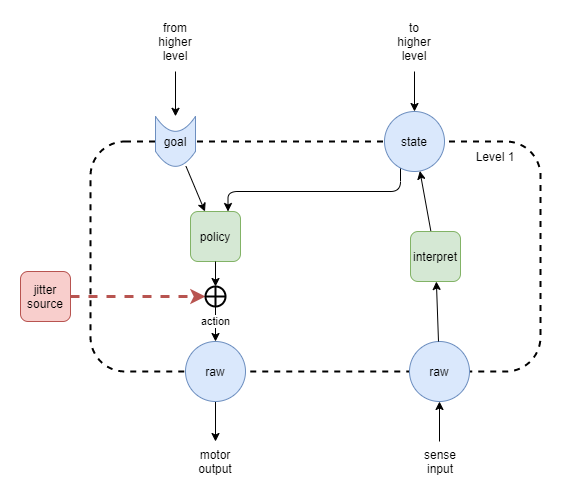
This is files/An-agi-architecture-v1-low-level-jitter.png from malcolmlett/malcolmlett.github.io, a draw.io export, as it was before one commit. Source tidied: cells renumbered, new cells last; positions are measured from the earlier drawing's top-left corner, leaving out a move shared by most shapes. Source of this version:
```xml
<mxGraphModel>
  <root>
    <mxCell id="0" />
    <mxCell id="1" parent="0" />
    <mxCell id="2" style="rounded=1;whiteSpace=wrap;html=1;fillColor=none;dashed=1;strokeWidth=2;" parent="1" vertex="1">
      <mxGeometry x="70" y="110" width="450" height="230" as="geometry" />
    </mxCell>
    <mxCell id="3" style="edgeStyle=none;rounded=0;jettySize=auto;html=1;" parent="1" edge="1" source="4">
      <mxGeometry relative="1" as="geometry">
        <mxPoint x="195" y="410" as="targetPoint" />
      </mxGeometry>
    </mxCell>
    <mxCell id="4" value="raw" style="ellipse;whiteSpace=wrap;html=1;rounded=1;strokeWidth=1;fillColor=#dae8fc;strokeColor=#6c8ebf;" parent="1" vertex="1">
      <mxGeometry x="165" y="310" width="60" height="60" as="geometry" />
    </mxCell>
    <mxCell id="5" style="edgeStyle=orthogonalEdgeStyle;rounded=1;jettySize=auto;html=1;entryX=0.75;entryY=0;entryDx=0;entryDy=0;endArrow=classic;endFill=1;strokeWidth=1;fontSize=12;fontColor=#000000;" parent="1" edge="1" source="7" target="19">
      <mxGeometry relative="1" as="geometry">
        <Array as="points">
          <mxPoint x="380" y="160" />
          <mxPoint x="208" y="160" />
        </Array>
      </mxGeometry>
    </mxCell>
    <mxCell id="6" style="edgeStyle=orthogonalEdgeStyle;rounded=1;jettySize=auto;html=1;endArrow=classic;endFill=1;strokeWidth=1;fontSize=12;fontColor=#000000;" parent="1" edge="1" target="7">
      <mxGeometry relative="1" as="geometry">
        <mxPoint x="394" y="40" as="sourcePoint" />
      </mxGeometry>
    </mxCell>
    <mxCell id="7" value="state" style="ellipse;whiteSpace=wrap;html=1;rounded=1;strokeWidth=1;fillColor=#dae8fc;strokeColor=#6c8ebf;" parent="1" vertex="1">
      <mxGeometry x="364" y="80" width="60" height="60" as="geometry" />
    </mxCell>
    <mxCell id="8" value="action" style="edgeStyle=none;rounded=0;jettySize=auto;html=1;" parent="1" edge="1" source="26" target="4">
      <mxGeometry x="-0.14" relative="1" as="geometry" />
    </mxCell>
    <mxCell id="9" style="edgeStyle=orthogonalEdgeStyle;rounded=1;jettySize=auto;html=1;endArrow=classic;endFill=1;strokeWidth=1;fontSize=12;fontColor=#000000;" parent="1" edge="1" target="10">
      <mxGeometry relative="1" as="geometry">
        <mxPoint x="155" y="40" as="sourcePoint" />
      </mxGeometry>
    </mxCell>
    <mxCell id="10" style="shape=dataStorage;whiteSpace=wrap;html=1;fixedSize=1;rounded=1;strokeWidth=1;fillColor=#dae8fc;strokeColor=#6c8ebf;rotation=-90;size=15;horizontal=1;" parent="1" vertex="1">
      <mxGeometry x="130" y="89.8" width="50" height="40" as="geometry" />
    </mxCell>
    <mxCell id="11" style="edgeStyle=none;rounded=0;jettySize=auto;html=1;dashed=1;strokeWidth=3;fillColor=#f8cecc;strokeColor=#b85450;entryX=0;entryY=0.5;entryDx=0;entryDy=0;" parent="1" edge="1" source="12" target="26">
      <mxGeometry relative="1" as="geometry" />
    </mxCell>
    <mxCell id="12" value="jitter&lt;br&gt;source" style="rounded=1;whiteSpace=wrap;html=1;fillColor=#f8cecc;strokeColor=#b85450;" parent="1" vertex="1">
      <mxGeometry y="240" width="50" height="50" as="geometry" />
    </mxCell>
    <mxCell id="13" style="edgeStyle=none;rounded=0;jettySize=auto;html=1;" parent="1" edge="1" target="15">
      <mxGeometry relative="1" as="geometry">
        <mxPoint x="419" y="410" as="sourcePoint" />
      </mxGeometry>
    </mxCell>
    <mxCell id="14" style="edgeStyle=none;rounded=0;jettySize=auto;html=1;" parent="1" edge="1" source="16" target="7">
      <mxGeometry relative="1" as="geometry" />
    </mxCell>
    <mxCell id="15" value="raw" style="ellipse;whiteSpace=wrap;html=1;rounded=1;strokeWidth=1;fillColor=#dae8fc;strokeColor=#6c8ebf;" parent="1" vertex="1">
      <mxGeometry x="389" y="310" width="60" height="60" as="geometry" />
    </mxCell>
    <mxCell id="16" value="interpret" style="rounded=1;whiteSpace=wrap;html=1;fillColor=#d5e8d4;strokeColor=#82b366;" parent="1" vertex="1">
      <mxGeometry x="390" y="200" width="50" height="50" as="geometry" />
    </mxCell>
    <mxCell id="17" style="edgeStyle=none;rounded=0;jettySize=auto;html=1;" parent="1" edge="1" source="15" target="16">
      <mxGeometry relative="1" as="geometry" />
    </mxCell>
    <mxCell id="18" value="Level 1" style="text;html=1;strokeColor=none;fillColor=none;align=center;verticalAlign=middle;whiteSpace=wrap;rounded=0;sketch=1;rotation=0;" parent="1" vertex="1">
      <mxGeometry x="440" y="115" width="70" height="20" as="geometry" />
    </mxCell>
    <mxCell id="19" value="policy" style="rounded=1;whiteSpace=wrap;html=1;fillColor=#d5e8d4;strokeColor=#82b366;" parent="1" vertex="1">
      <mxGeometry x="170" y="180" width="50" height="50" as="geometry" />
    </mxCell>
    <mxCell id="20" style="edgeStyle=none;rounded=0;jettySize=auto;html=1;fontSize=12;" parent="1" edge="1" source="10" target="19">
      <mxGeometry y="6" relative="1" as="geometry" />
    </mxCell>
    <mxCell id="21" value="goal" style="text;html=1;strokeColor=none;fillColor=none;align=center;verticalAlign=middle;whiteSpace=wrap;rounded=0;sketch=1;rotation=0;" parent="1" vertex="1">
      <mxGeometry x="130" y="99.8" width="50" height="20" as="geometry" />
    </mxCell>
    <mxCell id="22" value="motor output" style="text;html=1;strokeColor=none;fillColor=none;align=center;verticalAlign=middle;whiteSpace=wrap;rounded=0;labelBackgroundColor=none;sketch=0;fontSize=12;fontColor=#000000;" parent="1" vertex="1">
      <mxGeometry x="175" y="420" width="40" height="20" as="geometry" />
    </mxCell>
    <mxCell id="23" value="sense&lt;br&gt;input" style="text;html=1;strokeColor=none;fillColor=none;align=center;verticalAlign=middle;whiteSpace=wrap;rounded=0;labelBackgroundColor=none;sketch=0;fontSize=12;fontColor=#000000;" parent="1" vertex="1">
      <mxGeometry x="400" y="420" width="40" height="20" as="geometry" />
    </mxCell>
    <mxCell id="24" value="from higher&lt;br&gt;level" style="text;html=1;strokeColor=none;fillColor=none;align=center;verticalAlign=middle;whiteSpace=wrap;rounded=0;labelBackgroundColor=none;sketch=0;fontSize=12;fontColor=#000000;" parent="1" vertex="1">
      <mxGeometry x="135" width="40" height="20" as="geometry" />
    </mxCell>
    <mxCell id="25" value="to&lt;br&gt;higher&lt;br&gt;level" style="text;html=1;strokeColor=none;fillColor=none;align=center;verticalAlign=middle;whiteSpace=wrap;rounded=0;labelBackgroundColor=none;sketch=0;fontSize=12;fontColor=#000000;" parent="1" vertex="1">
      <mxGeometry x="374" width="40" height="20" as="geometry" />
    </mxCell>
    <mxCell id="26" style="shape=orEllipse;perimeter=ellipsePerimeter;whiteSpace=wrap;html=1;backgroundOutline=1;rounded=0;labelBackgroundColor=none;sketch=0;strokeColor=#000000;strokeWidth=2;fillColor=none;gradientColor=none;fontSize=12;fontColor=#000000;align=center;" parent="1" vertex="1">
      <mxGeometry x="185" y="255" width="20" height="20" as="geometry" />
    </mxCell>
    <mxCell id="27" style="edgeStyle=none;rounded=0;jettySize=auto;html=1;" parent="1" edge="1" source="19" target="26">
      <mxGeometry relative="1" as="geometry" />
    </mxCell>
  </root>
</mxGraphModel>
```
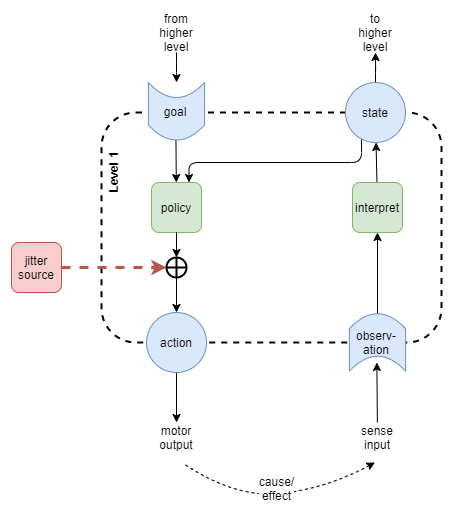
The same file after the commit.

Commit message:
Refinement of low-level AGI layer

The edit, as a diff of the source:
```diff
@@ -3,95 +3,105 @@
     <mxCell id="0" />
     <mxCell id="1" parent="0" />
     <mxCell id="2" style="rounded=1;whiteSpace=wrap;html=1;fillColor=none;dashed=1;strokeWidth=2;" parent="1" vertex="1">
-      <mxGeometry x="70" y="110" width="450" height="230" as="geometry" />
+      <mxGeometry x="120" y="-520" width="340" height="230" as="geometry" />
     </mxCell>
-    <mxCell id="3" style="edgeStyle=none;rounded=0;jettySize=auto;html=1;" parent="1" edge="1" source="4">
-      <mxGeometry relative="1" as="geometry">
-        <mxPoint x="195" y="410" as="targetPoint" />
-      </mxGeometry>
+    <mxCell id="3" style="edgeStyle=none;rounded=0;jettySize=auto;html=1;" parent="1" edge="1" source="4" target="22">
+      <mxGeometry relative="1" as="geometry" />
     </mxCell>
-    <mxCell id="4" value="raw" style="ellipse;whiteSpace=wrap;html=1;rounded=1;strokeWidth=1;fillColor=#dae8fc;strokeColor=#6c8ebf;" parent="1" vertex="1">
-      <mxGeometry x="165" y="310" width="60" height="60" as="geometry" />
+    <mxCell id="4" value="action" style="ellipse;whiteSpace=wrap;html=1;rounded=1;strokeWidth=1;fillColor=#dae8fc;strokeColor=#6c8ebf;" parent="1" vertex="1">
+      <mxGeometry x="165" y="-320" width="60" height="60" as="geometry" />
     </mxCell>
     <mxCell id="5" style="edgeStyle=orthogonalEdgeStyle;rounded=1;jettySize=auto;html=1;entryX=0.75;entryY=0;entryDx=0;entryDy=0;endArrow=classic;endFill=1;strokeWidth=1;fontSize=12;fontColor=#000000;" parent="1" edge="1" source="7" target="19">
       <mxGeometry relative="1" as="geometry">
         <Array as="points">
-          <mxPoint x="380" y="160" />
-          <mxPoint x="208" y="160" />
+          <mxPoint x="380" y="-470" />
+          <mxPoint x="208" y="-470" />
         </Array>
       </mxGeometry>
     </mxCell>
-    <mxCell id="6" style="edgeStyle=orthogonalEdgeStyle;rounded=1;jettySize=auto;html=1;endArrow=classic;endFill=1;strokeWidth=1;fontSize=12;fontColor=#000000;" parent="1" edge="1" target="7">
-      <mxGeometry relative="1" as="geometry">
-        <mxPoint x="394" y="40" as="sourcePoint" />
-      </mxGeometry>
+    <mxCell id="6" style="edgeStyle=orthogonalEdgeStyle;rounded=1;jettySize=auto;html=1;endArrow=classic;endFill=1;strokeWidth=1;fontSize=12;fontColor=#000000;" parent="1" edge="1" source="7" target="25">
+      <mxGeometry relative="1" as="geometry" />
     </mxCell>
     <mxCell id="7" value="state" style="ellipse;whiteSpace=wrap;html=1;rounded=1;strokeWidth=1;fillColor=#dae8fc;strokeColor=#6c8ebf;" parent="1" vertex="1">
-      <mxGeometry x="364" y="80" width="60" height="60" as="geometry" />
+      <mxGeometry x="364" y="-550" width="60" height="60" as="geometry" />
     </mxCell>
-    <mxCell id="8" value="action" style="edgeStyle=none;rounded=0;jettySize=auto;html=1;" parent="1" edge="1" source="26" target="4">
+    <mxCell id="8" style="edgeStyle=none;rounded=0;jettySize=auto;html=1;" parent="1" edge="1" source="26" target="4">
       <mxGeometry x="-0.14" relative="1" as="geometry" />
     </mxCell>
-    <mxCell id="9" style="edgeStyle=orthogonalEdgeStyle;rounded=1;jettySize=auto;html=1;endArrow=classic;endFill=1;strokeWidth=1;fontSize=12;fontColor=#000000;" parent="1" edge="1" target="10">
-      <mxGeometry relative="1" as="geometry">
-        <mxPoint x="155" y="40" as="sourcePoint" />
-      </mxGeometry>
+    <mxCell id="9" style="edgeStyle=orthogonalEdgeStyle;rounded=1;jettySize=auto;html=1;endArrow=classic;endFill=1;strokeWidth=1;fontSize=12;fontColor=#000000;exitX=0.5;exitY=1;exitDx=0;exitDy=0;" parent="1" edge="1" source="24" target="32">
+      <mxGeometry relative="1" as="geometry" />
     </mxCell>
-    <mxCell id="10" style="shape=dataStorage;whiteSpace=wrap;html=1;fixedSize=1;rounded=1;strokeWidth=1;fillColor=#dae8fc;strokeColor=#6c8ebf;rotation=-90;size=15;horizontal=1;" parent="1" vertex="1">
-      <mxGeometry x="130" y="89.8" width="50" height="40" as="geometry" />
-    </mxCell>
     <mxCell id="11" style="edgeStyle=none;rounded=0;jettySize=auto;html=1;dashed=1;strokeWidth=3;fillColor=#f8cecc;strokeColor=#b85450;entryX=0;entryY=0.5;entryDx=0;entryDy=0;" parent="1" edge="1" source="12" target="26">
       <mxGeometry relative="1" as="geometry" />
     </mxCell>
     <mxCell id="12" value="jitter&lt;br&gt;source" style="rounded=1;whiteSpace=wrap;html=1;fillColor=#f8cecc;strokeColor=#b85450;" parent="1" vertex="1">
-      <mxGeometry y="240" width="50" height="50" as="geometry" />
+      <mxGeometry x="30" y="-390" width="50" height="50" as="geometry" />
     </mxCell>
-    <mxCell id="13" style="edgeStyle=none;rounded=0;jettySize=auto;html=1;" parent="1" edge="1" target="15">
-      <mxGeometry relative="1" as="geometry">
-        <mxPoint x="419" y="410" as="sourcePoint" />
-      </mxGeometry>
+    <mxCell id="13" style="edgeStyle=none;rounded=0;jettySize=auto;html=1;entryX=0.5;entryY=1;entryDx=0;entryDy=0;" parent="1" edge="1" source="23" target="31">
+      <mxGeometry relative="1" as="geometry" />
     </mxCell>
     <mxCell id="14" style="edgeStyle=none;rounded=0;jettySize=auto;html=1;" parent="1" edge="1" source="16" target="7">
       <mxGeometry relative="1" as="geometry" />
     </mxCell>
-    <mxCell id="15" value="raw" style="ellipse;whiteSpace=wrap;html=1;rounded=1;strokeWidth=1;fillColor=#dae8fc;strokeColor=#6c8ebf;" parent="1" vertex="1">
-      <mxGeometry x="389" y="310" width="60" height="60" as="geometry" />
-    </mxCell>
     <mxCell id="16" value="interpret" style="rounded=1;whiteSpace=wrap;html=1;fillColor=#d5e8d4;strokeColor=#82b366;" parent="1" vertex="1">
-      <mxGeometry x="390" y="200" width="50" height="50" as="geometry" />
+      <mxGeometry x="371" y="-450" width="50" height="50" as="geometry" />
     </mxCell>
-    <mxCell id="17" style="edgeStyle=none;rounded=0;jettySize=auto;html=1;" parent="1" edge="1" source="15" target="16">
+    <mxCell id="17" style="edgeStyle=none;rounded=0;jettySize=auto;html=1;" parent="1" edge="1" source="30" target="16">
       <mxGeometry relative="1" as="geometry" />
     </mxCell>
-    <mxCell id="18" value="Level 1" style="text;html=1;strokeColor=none;fillColor=none;align=center;verticalAlign=middle;whiteSpace=wrap;rounded=0;sketch=1;rotation=0;" parent="1" vertex="1">
-      <mxGeometry x="440" y="115" width="70" height="20" as="geometry" />
+    <mxCell id="18" value="Level 1" style="text;html=1;strokeColor=none;fillColor=none;align=center;verticalAlign=middle;whiteSpace=wrap;rounded=0;sketch=1;rotation=-90;fontStyle=1;" parent="1" vertex="1">
+      <mxGeometry x="96.9" y="-470" width="70" height="20" as="geometry" />
     </mxCell>
     <mxCell id="19" value="policy" style="rounded=1;whiteSpace=wrap;html=1;fillColor=#d5e8d4;strokeColor=#82b366;" parent="1" vertex="1">
-      <mxGeometry x="170" y="180" width="50" height="50" as="geometry" />
+      <mxGeometry x="170" y="-450" width="50" height="50" as="geometry" />
     </mxCell>
-    <mxCell id="20" style="edgeStyle=none;rounded=0;jettySize=auto;html=1;fontSize=12;" parent="1" edge="1" source="10" target="19">
+    <mxCell id="20" style="edgeStyle=none;rounded=0;jettySize=auto;html=1;fontSize=12;exitX=0.5;exitY=1;exitDx=0;exitDy=0;" parent="1" edge="1" source="21" target="19">
       <mxGeometry y="6" relative="1" as="geometry" />
     </mxCell>
-    <mxCell id="21" value="goal" style="text;html=1;strokeColor=none;fillColor=none;align=center;verticalAlign=middle;whiteSpace=wrap;rounded=0;sketch=1;rotation=0;" parent="1" vertex="1">
-      <mxGeometry x="130" y="99.8" width="50" height="20" as="geometry" />
-    </mxCell>
     <mxCell id="22" value="motor output" style="text;html=1;strokeColor=none;fillColor=none;align=center;verticalAlign=middle;whiteSpace=wrap;rounded=0;labelBackgroundColor=none;sketch=0;fontSize=12;fontColor=#000000;" parent="1" vertex="1">
-      <mxGeometry x="175" y="420" width="40" height="20" as="geometry" />
+      <mxGeometry x="175" y="-210" width="40" height="30" as="geometry" />
     </mxCell>
     <mxCell id="23" value="sense&lt;br&gt;input" style="text;html=1;strokeColor=none;fillColor=none;align=center;verticalAlign=middle;whiteSpace=wrap;rounded=0;labelBackgroundColor=none;sketch=0;fontSize=12;fontColor=#000000;" parent="1" vertex="1">
-      <mxGeometry x="400" y="420" width="40" height="20" as="geometry" />
+      <mxGeometry x="376" y="-210" width="40" height="30" as="geometry" />
     </mxCell>
     <mxCell id="24" value="from higher&lt;br&gt;level" style="text;html=1;strokeColor=none;fillColor=none;align=center;verticalAlign=middle;whiteSpace=wrap;rounded=0;labelBackgroundColor=none;sketch=0;fontSize=12;fontColor=#000000;" parent="1" vertex="1">
-      <mxGeometry x="135" width="40" height="20" as="geometry" />
+      <mxGeometry x="175" y="-620" width="40" height="40" as="geometry" />
     </mxCell>
     <mxCell id="25" value="to&lt;br&gt;higher&lt;br&gt;level" style="text;html=1;strokeColor=none;fillColor=none;align=center;verticalAlign=middle;whiteSpace=wrap;rounded=0;labelBackgroundColor=none;sketch=0;fontSize=12;fontColor=#000000;" parent="1" vertex="1">
-      <mxGeometry x="374" width="40" height="20" as="geometry" />
+      <mxGeometry x="374" y="-620" width="40" height="40" as="geometry" />
     </mxCell>
     <mxCell id="26" style="shape=orEllipse;perimeter=ellipsePerimeter;whiteSpace=wrap;html=1;backgroundOutline=1;rounded=0;labelBackgroundColor=none;sketch=0;strokeColor=#000000;strokeWidth=2;fillColor=none;gradientColor=none;fontSize=12;fontColor=#000000;align=center;" parent="1" vertex="1">
-      <mxGeometry x="185" y="255" width="20" height="20" as="geometry" />
+      <mxGeometry x="185" y="-375" width="20" height="20" as="geometry" />
     </mxCell>
     <mxCell id="27" style="edgeStyle=none;rounded=0;jettySize=auto;html=1;" parent="1" edge="1" source="19" target="26">
       <mxGeometry relative="1" as="geometry" />
     </mxCell>
+    <mxCell id="28" style="endArrow=classic;dashed=1;html=1;curved=1;endFill=1;" parent="1" edge="1">
+      <mxGeometry relative="1" as="geometry">
+        <mxPoint x="204" y="-167.6" as="sourcePoint" />
+        <mxPoint x="393.5" y="-170" as="targetPoint" />
+        <Array as="points">
+          <mxPoint x="254.9" y="-134.1" />
+          <mxPoint x="344.9" y="-144.1" />
+        </Array>
+      </mxGeometry>
+    </mxCell>
+    <mxCell id="29" value="cause/&lt;br style=&quot;font-size: 12px;&quot;&gt;effect" style="edgeLabel;html=1;align=center;verticalAlign=middle;fontSize=12;" parent="28" vertex="1">
+      <mxGeometry x="-0.41" y="13" relative="1" as="geometry">
+        <mxPoint x="41.3" y="2.9" as="offset" />
+      </mxGeometry>
+    </mxCell>
+    <mxCell id="30" style="shape=dataStorage;whiteSpace=wrap;html=1;fixedSize=1;rounded=1;strokeWidth=1;fillColor=#dae8fc;strokeColor=#6c8ebf;rotation=90;size=15;horizontal=1;" parent="1" vertex="1">
+      <mxGeometry x="367.2" y="-318.1" width="57.5" height="56.2" as="geometry" />
+    </mxCell>
+    <mxCell id="31" value="observ-&lt;br&gt;ation" style="text;html=1;strokeColor=none;fillColor=none;align=center;verticalAlign=middle;whiteSpace=wrap;rounded=0;sketch=1;rotation=0;" parent="1" vertex="1">
+      <mxGeometry x="370.4" y="-310" width="50" height="40" as="geometry" />
+    </mxCell>
+    <mxCell id="32" style="shape=dataStorage;whiteSpace=wrap;html=1;fixedSize=1;rounded=1;strokeWidth=1;fillColor=#dae8fc;strokeColor=#6c8ebf;rotation=-90;size=15;horizontal=1;" parent="1" vertex="1">
+      <mxGeometry x="166.2" y="-549.4" width="57.5" height="56.2" as="geometry" />
+    </mxCell>
+    <mxCell id="21" value="goal" style="text;html=1;strokeColor=none;fillColor=none;align=center;verticalAlign=middle;whiteSpace=wrap;rounded=0;sketch=1;rotation=0;" parent="1" vertex="1">
+      <mxGeometry x="169.4" y="-541.2" width="50" height="40" as="geometry" />
+    </mxCell>
   </root>
 </mxGraphModel>
```
